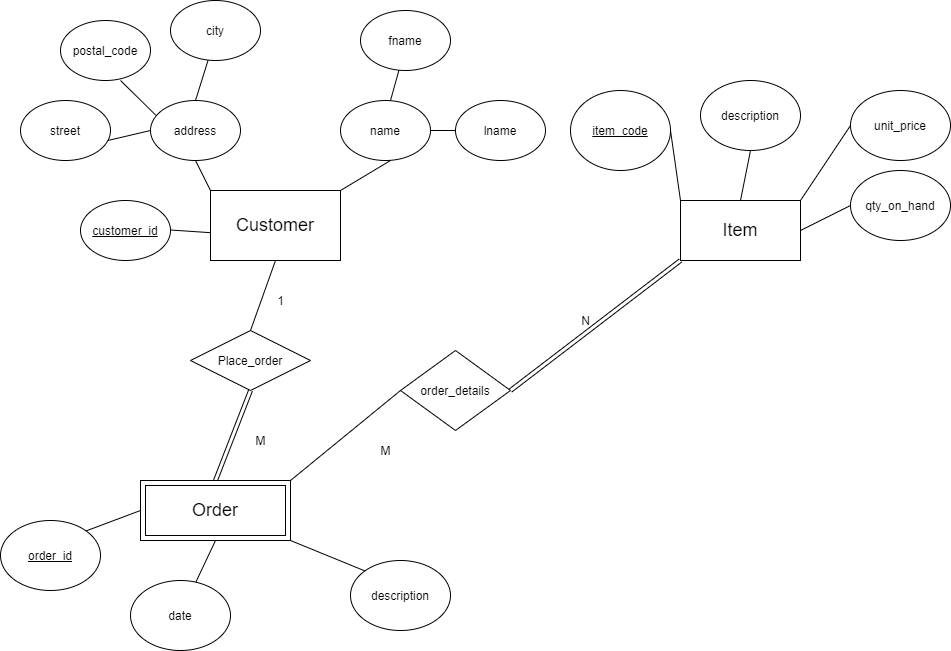
This is pos_system_0.1.png from BhathiyaVandebona/POS_SYSTEM_0.1, a draw.io export, as it was before one commit. Source tidied: cells renumbered, new cells last; positions are measured from the earlier drawing's top-left corner, leaving out a move shared by most shapes.
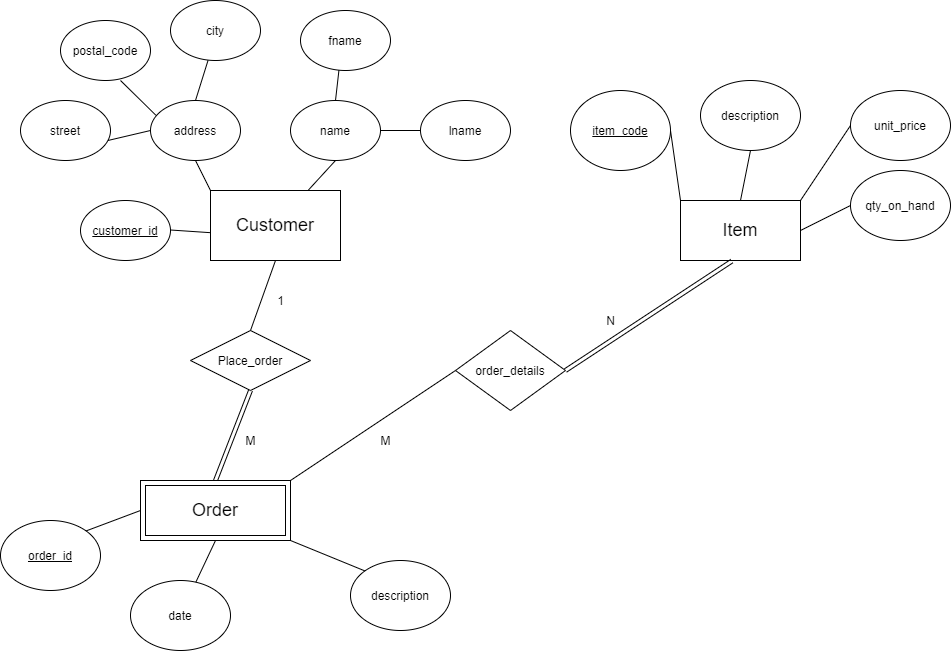
After the commit.

What changed in the source:
```diff
@@ -12,13 +12,13 @@
       <mxGeometry x="150" y="100" width="90" height="60" as="geometry" />
     </mxCell>
     <mxCell id="5" value="fname" style="ellipse;whiteSpace=wrap;html=1;" parent="1" vertex="1">
-      <mxGeometry x="360" y="10" width="90" height="60" as="geometry" />
+      <mxGeometry x="300" y="10" width="90" height="60" as="geometry" />
     </mxCell>
     <mxCell id="6" value="name" style="ellipse;whiteSpace=wrap;html=1;" parent="1" vertex="1">
-      <mxGeometry x="340" y="100" width="90" height="60" as="geometry" />
+      <mxGeometry x="290" y="100" width="90" height="60" as="geometry" />
     </mxCell>
     <mxCell id="7" value="lname" style="ellipse;whiteSpace=wrap;html=1;" parent="1" vertex="1">
-      <mxGeometry x="455" y="100" width="90" height="60" as="geometry" />
+      <mxGeometry x="420" y="100" width="90" height="60" as="geometry" />
     </mxCell>
     <mxCell id="8" value="postal_code" style="ellipse;whiteSpace=wrap;html=1;" parent="1" vertex="1">
       <mxGeometry x="60" y="20" width="90" height="60" as="geometry" />
@@ -29,22 +29,12 @@
     <mxCell id="10" value="city" style="ellipse;whiteSpace=wrap;html=1;" parent="1" vertex="1">
       <mxGeometry x="170" width="90" height="60" as="geometry" />
     </mxCell>
-    <mxCell id="11" style="endArrow=none;html=1;entryX=0.427;entryY=0.997;entryDx=0;entryDy=0;entryPerimeter=0;" parent="1" edge="1" target="5">
-      <mxGeometry relative="1" as="geometry">
-        <mxPoint x="390" y="100" as="sourcePoint" />
-      </mxGeometry>
+    <mxCell id="11" style="endArrow=none;html=1;entryX=0.427;entryY=0.997;entryDx=0;entryDy=0;entryPerimeter=0;exitX=0.5;exitY=0;exitDx=0;exitDy=0;" parent="1" edge="1" source="6" target="5">
+      <mxGeometry relative="1" as="geometry" />
     </mxCell>
     <mxCell id="12" style="endArrow=none;html=1;exitX=1;exitY=0.5;exitDx=0;exitDy=0;entryX=0;entryY=0.5;entryDx=0;entryDy=0;" parent="1" edge="1" source="6" target="7">
       <mxGeometry relative="1" as="geometry" />
     </mxCell>
-    <mxCell id="13" style="endArrow=none;html=1;exitX=1;exitY=0;exitDx=0;exitDy=0;" parent="1" edge="1" source="2">
-      <mxGeometry relative="1" as="geometry">
-        <mxPoint x="390" y="160" as="targetPoint" />
-        <Array as="points">
-          <mxPoint x="390" y="160" />
-        </Array>
-      </mxGeometry>
-    </mxCell>
     <mxCell id="14" style="endArrow=none;html=1;entryX=0.5;entryY=1;entryDx=0;entryDy=0;" parent="1" edge="1" target="4">
       <mxGeometry relative="1" as="geometry">
         <mxPoint x="210" y="190" as="sourcePoint" />
@@ -127,7 +117,7 @@
       </mxGeometry>
     </mxCell>
     <mxCell id="37" value="M" style="text;html=1;align=center;verticalAlign=middle;strokeColor=none;fillColor=none;" parent="1" vertex="1">
-      <mxGeometry x="245" y="430" width="30" height="20" as="geometry" />
+      <mxGeometry x="235" y="430" width="30" height="20" as="geometry" />
     </mxCell>
     <mxCell id="38" value="1" style="text;html=1;align=center;verticalAlign=middle;strokeColor=none;fillColor=none;" parent="1" vertex="1">
       <mxGeometry x="270" y="290" width="20" height="20" as="geometry" />
@@ -135,20 +125,23 @@
     <mxCell id="39" style="endArrow=none;html=1;entryX=0.5;entryY=1;entryDx=0;entryDy=0;exitX=0.5;exitY=0;exitDx=0;exitDy=0;" parent="1" edge="1" source="19" target="24">
       <mxGeometry relative="1" as="geometry" />
     </mxCell>
-    <mxCell id="40" style="endArrow=none;html=1;entryX=0;entryY=1;entryDx=0;entryDy=0;exitX=1;exitY=0.5;exitDx=0;exitDy=0;shape=link;" parent="1" edge="1" source="41" target="19">
+    <mxCell id="40" style="endArrow=none;html=1;entryX=0.428;entryY=1.01;entryDx=0;entryDy=0;exitX=1;exitY=0.5;exitDx=0;exitDy=0;shape=link;entryPerimeter=0;" parent="1" edge="1" source="41" target="19">
       <mxGeometry relative="1" as="geometry" />
     </mxCell>
     <mxCell id="41" value="order_details" style="rhombus;whiteSpace=wrap;html=1;strokeColor=#000000;" parent="1" vertex="1">
-      <mxGeometry x="400" y="350" width="110" height="80" as="geometry" />
+      <mxGeometry x="455" y="330" width="110" height="80" as="geometry" />
     </mxCell>
     <mxCell id="42" style="endArrow=none;html=1;entryX=0;entryY=0.5;entryDx=0;entryDy=0;exitX=1;exitY=0;exitDx=0;exitDy=0;" parent="1" edge="1" source="34" target="41">
       <mxGeometry relative="1" as="geometry" />
     </mxCell>
     <mxCell id="43" value="M" style="text;html=1;align=center;verticalAlign=middle;strokeColor=none;fillColor=none;" parent="1" vertex="1">
-      <mxGeometry x="370" y="440" width="30" height="20" as="geometry" />
+      <mxGeometry x="370" y="430" width="30" height="20" as="geometry" />
     </mxCell>
     <mxCell id="44" value="N" style="text;html=1;align=center;verticalAlign=middle;strokeColor=none;fillColor=none;" parent="1" vertex="1">
-      <mxGeometry x="575" y="310" width="20" height="20" as="geometry" />
+      <mxGeometry x="600" y="310" width="20" height="20" as="geometry" />
     </mxCell>
+    <mxCell id="45" style="endArrow=none;html=1;exitX=0.75;exitY=0;exitDx=0;exitDy=0;entryX=0.5;entryY=1;entryDx=0;entryDy=0;" parent="1" edge="1" source="2" target="6">
+      <mxGeometry relative="1" as="geometry" />
+    </mxCell>
   </root>
 </mxGraphModel>
```
